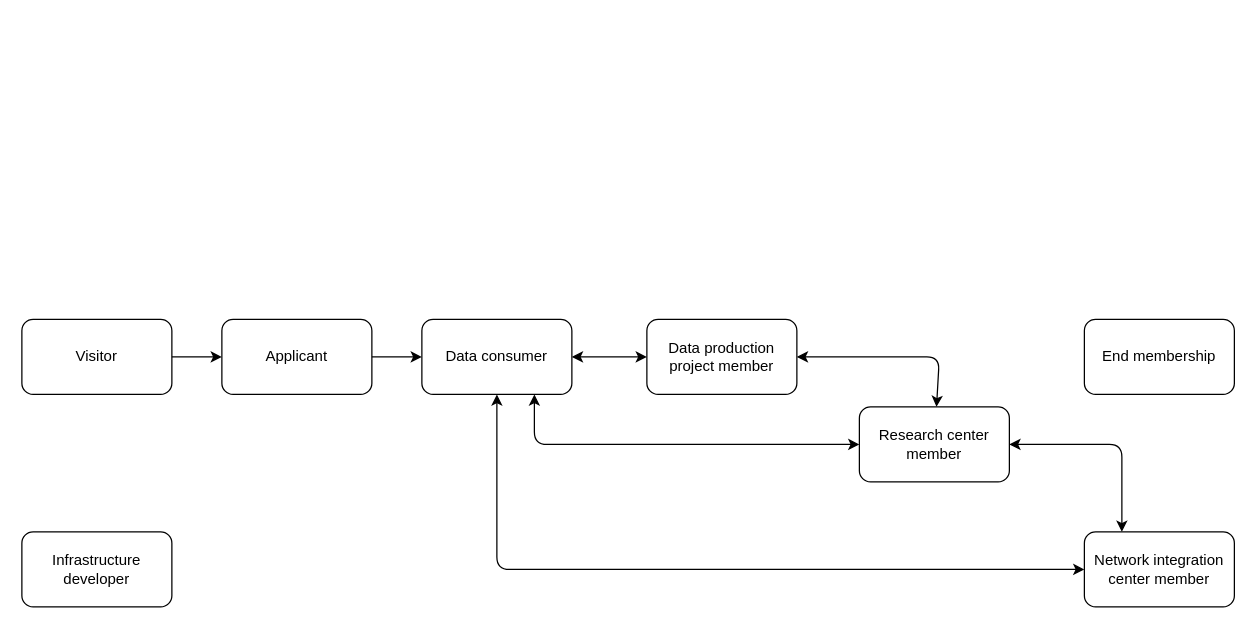
Above: user lifecycle.drawio in eurhisfirm/process-models (draw.io), before the change. Source tidied: cells renumbered, new cells numbered last; positions are measured from the earlier drawing's top-left corner, leaving out a move shared by most shapes. Both pictures are drawn from the tidied source at 125%, with x=0, y=0 at pixel (21, 319).
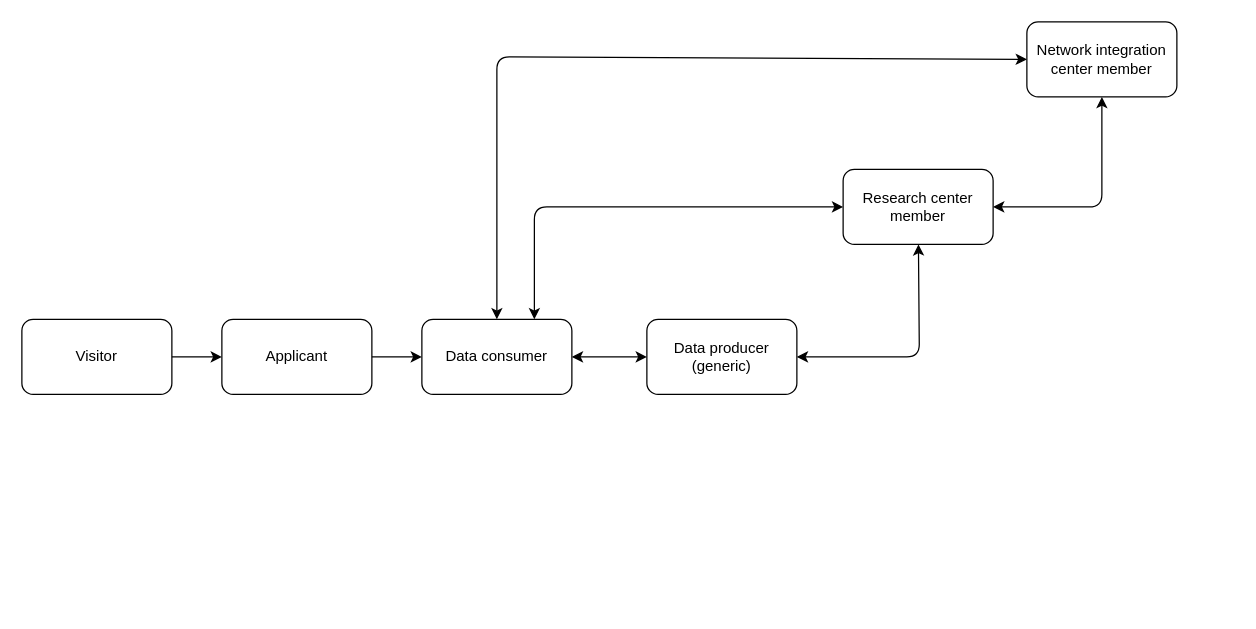
The same diagram, later.

Unchanged cells that the change refers to:
```xml
<mxCell id="4" value="Data consumer" style="rounded=1;whiteSpace=wrap;html=1;" parent="1" vertex="1">
  <mxGeometry x="320" width="120" height="60" as="geometry" />
</mxCell>
```

Diff of the diagram source:
```diff
@@
-    <mxCell id="5" value="Data production project member" style="rounded=1;whiteSpace=wrap;html=1;" parent="1" vertex="1">
+    <mxCell id="5" value="Data producer (generic)" style="rounded=1;whiteSpace=wrap;html=1;" parent="1" vertex="1">
       <mxGeometry x="500" width="120" height="60" as="geometry" />
     </mxCell>
     <mxCell id="6" value="Research center member" style="rounded=1;whiteSpace=wrap;html=1;" parent="1" vertex="1">
-      <mxGeometry x="670" y="70" width="120" height="60" as="geometry" />
+      <mxGeometry x="657" y="-120" width="120" height="60" as="geometry" />
     </mxCell>
     <mxCell id="7" value="Network integration center member" style="rounded=1;whiteSpace=wrap;html=1;" parent="1" vertex="1">
-      <mxGeometry x="850" y="170" width="120" height="60" as="geometry" />
+      <mxGeometry x="804" y="-238" width="120" height="60" as="geometry" />
     </mxCell>
-    <mxCell id="8" value="Infrastructure developer" style="rounded=1;whiteSpace=wrap;html=1;" parent="1" vertex="1">
-      <mxGeometry y="170" width="120" height="60" as="geometry" />
-    </mxCell>
@@
     <mxCell id="12" style="endArrow=classic;startArrow=classic;html=1;exitX=1;exitY=0.5;exitDx=0;exitDy=0;" parent="1" edge="1" source="5" target="6">
       <mxGeometry relative="1" as="geometry">
         <Array as="points">
-          <mxPoint x="734" y="30" />
+          <mxPoint x="718" y="30" />
         </Array>
       </mxGeometry>
     </mxCell>
-    <mxCell id="13" style="endArrow=classic;startArrow=classic;html=1;entryX=0.25;entryY=0;entryDx=0;entryDy=0;exitX=1;exitY=0.5;exitDx=0;exitDy=0;" parent="1" edge="1" source="6" target="7">
+    <mxCell id="13" style="endArrow=classic;startArrow=classic;html=1;entryX=0.5;entryY=1;entryDx=0;entryDy=0;exitX=1;exitY=0.5;exitDx=0;exitDy=0;" parent="1" edge="1" source="6" target="7">
       <mxGeometry relative="1" as="geometry">
         <Array as="points">
-          <mxPoint x="880" y="100" />
+          <mxPoint x="864" y="-90" />
         </Array>
       </mxGeometry>
     </mxCell>
-    <mxCell id="14" style="endArrow=classic;startArrow=classic;html=1;exitX=0.5;exitY=1;exitDx=0;exitDy=0;entryX=0;entryY=0.5;entryDx=0;entryDy=0;" parent="1" edge="1" source="4" target="7">
+    <mxCell id="14" style="endArrow=classic;startArrow=classic;html=1;exitX=0.5;exitY=0;exitDx=0;exitDy=0;entryX=0;entryY=0.5;entryDx=0;entryDy=0;" parent="1" edge="1" source="4" target="7">
       <mxGeometry relative="1" as="geometry">
         <Array as="points">
-          <mxPoint x="380" y="200" />
+          <mxPoint x="380" y="-210" />
         </Array>
       </mxGeometry>
     </mxCell>
-    <mxCell id="15" style="endArrow=classic;startArrow=classic;html=1;entryX=0;entryY=0.5;entryDx=0;entryDy=0;exitX=0.75;exitY=1;exitDx=0;exitDy=0;" parent="1" edge="1" source="4" target="6">
+    <mxCell id="15" style="endArrow=classic;startArrow=classic;html=1;entryX=0;entryY=0.5;entryDx=0;entryDy=0;exitX=0.75;exitY=0;exitDx=0;exitDy=0;" parent="1" edge="1" source="4" target="6">
       <mxGeometry relative="1" as="geometry">
         <Array as="points">
-          <mxPoint x="410" y="100" />
+          <mxPoint x="410" y="-90" />
         </Array>
       </mxGeometry>
     </mxCell>
-    <mxCell id="16" value="End membership" style="rounded=1;whiteSpace=wrap;html=1;" parent="1" vertex="1">
-      <mxGeometry x="850" width="120" height="60" as="geometry" />
-    </mxCell>
```
